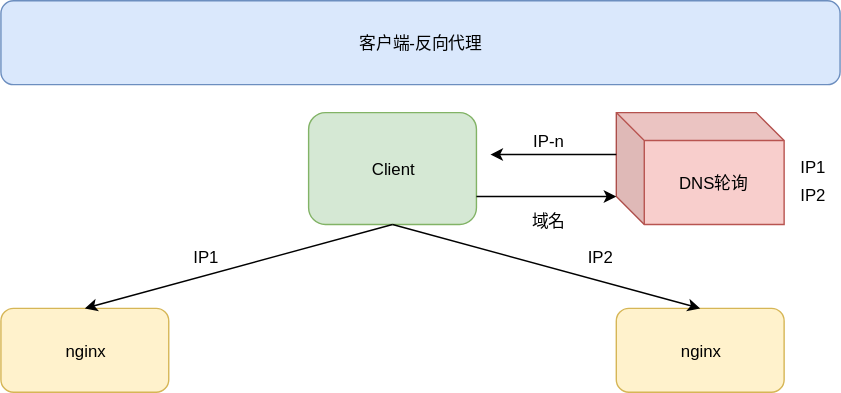
This is 19-基础设施/00-网关/00-Nginx/images/client-nginx.svg from cd-home/Root, a draw.io export, as it was before one commit. Source tidied: cells renumbered, new cells last; positions are measured from the earlier drawing's top-left corner, leaving out a move shared by most shapes. The source it was exported from:
```xml
<mxGraphModel>
  <root>
    <mxCell id="0" />
    <mxCell id="1" parent="0" />
    <mxCell id="2" value="客户端-反向代理" style="rounded=1;whiteSpace=wrap;html=1;fillColor=#dae8fc;strokeColor=#6c8ebf;" parent="1" vertex="1">
      <mxGeometry width="600" height="60" as="geometry" />
    </mxCell>
    <mxCell id="3" value="Client" style="rounded=1;whiteSpace=wrap;html=1;fillColor=#d5e8d4;strokeColor=#82b366;" parent="1" vertex="1">
      <mxGeometry x="220" y="80" width="120" height="80" as="geometry" />
    </mxCell>
    <mxCell id="4" value="nginx" style="rounded=1;whiteSpace=wrap;html=1;fillColor=#fff2cc;strokeColor=#d6b656;" parent="1" vertex="1">
      <mxGeometry y="220" width="120" height="60" as="geometry" />
    </mxCell>
    <mxCell id="5" value="nginx" style="rounded=1;whiteSpace=wrap;html=1;fillColor=#fff2cc;strokeColor=#d6b656;" parent="1" vertex="1">
      <mxGeometry x="440" y="220" width="120" height="60" as="geometry" />
    </mxCell>
    <mxCell id="6" value="DNS轮询" style="shape=cube;whiteSpace=wrap;html=1;boundedLbl=1;backgroundOutline=1;darkOpacity=0.05;darkOpacity2=0.1;fillColor=#f8cecc;strokeColor=#b85450;" parent="1" vertex="1">
      <mxGeometry x="440" y="80" width="120" height="80" as="geometry" />
    </mxCell>
    <mxCell id="7" style="endArrow=classic;html=1;exitX=0;exitY=0;exitDx=0;exitDy=30;exitPerimeter=0;" parent="1" edge="1" source="6">
      <mxGeometry relative="1" as="geometry">
        <mxPoint x="350" y="110" as="targetPoint" />
      </mxGeometry>
    </mxCell>
    <mxCell id="8" style="endArrow=classic;html=1;exitX=1;exitY=0.75;exitDx=0;exitDy=0;entryX=0;entryY=0;entryDx=0;entryDy=60;entryPerimeter=0;" parent="1" edge="1" source="3" target="6">
      <mxGeometry relative="1" as="geometry" />
    </mxCell>
    <mxCell id="9" value="域名" style="text;html=1;align=left;verticalAlign=top;spacingTop=-4;" parent="1" vertex="1">
      <mxGeometry x="378" y="148" width="40" height="20" as="geometry" />
    </mxCell>
    <mxCell id="10" value="IP-n" style="text;html=1;align=left;verticalAlign=top;spacingTop=-4;" parent="1" vertex="1">
      <mxGeometry x="379" y="91" width="40" height="20" as="geometry" />
    </mxCell>
    <mxCell id="11" style="endArrow=classic;html=1;exitX=0.5;exitY=1;exitDx=0;exitDy=0;entryX=0.5;entryY=0;entryDx=0;entryDy=0;" parent="1" edge="1" source="3" target="4">
      <mxGeometry relative="1" as="geometry" />
    </mxCell>
    <mxCell id="12" style="endArrow=classic;html=1;exitX=0.5;exitY=1;exitDx=0;exitDy=0;entryX=0.5;entryY=0;entryDx=0;entryDy=0;" parent="1" edge="1" source="3" target="5">
      <mxGeometry relative="1" as="geometry" />
    </mxCell>
    <mxCell id="13" value="IP1" style="text;html=1;align=left;verticalAlign=top;spacingTop=-4;" parent="1" vertex="1">
      <mxGeometry x="570" y="110" width="30" height="20" as="geometry" />
    </mxCell>
    <mxCell id="14" value="IP2" style="text;html=1;align=left;verticalAlign=top;spacingTop=-4;" parent="1" vertex="1">
      <mxGeometry x="570" y="130" width="30" height="20" as="geometry" />
    </mxCell>
    <mxCell id="15" value="IP1" style="text;html=1;align=left;verticalAlign=top;spacingTop=-4;" parent="1" vertex="1">
      <mxGeometry x="136" y="174" width="30" height="20" as="geometry" />
    </mxCell>
    <mxCell id="16" value="IP2" style="text;html=1;align=left;verticalAlign=top;spacingTop=-4;" parent="1" vertex="1">
      <mxGeometry x="418" y="174" width="30" height="20" as="geometry" />
    </mxCell>
  </root>
</mxGraphModel>
```
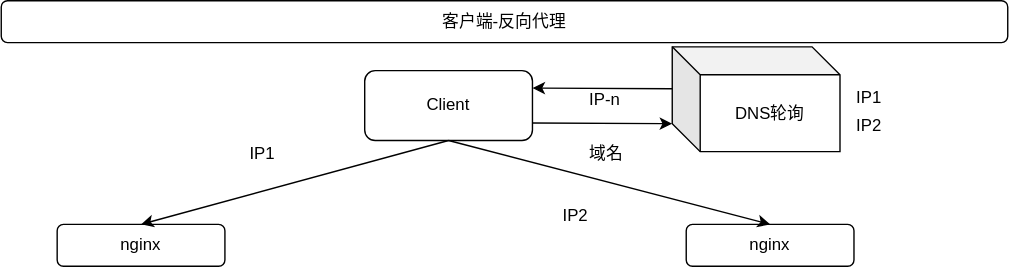
After the change.

What changed in the source:
```diff
@@ -2,31 +2,29 @@
   <root>
     <mxCell id="0" />
     <mxCell id="1" parent="0" />
-    <mxCell id="2" value="客户端-反向代理" style="rounded=1;whiteSpace=wrap;html=1;fillColor=#dae8fc;strokeColor=#6c8ebf;" parent="1" vertex="1">
-      <mxGeometry width="600" height="60" as="geometry" />
+    <mxCell id="2" value="客户端-反向代理" style="rounded=1;whiteSpace=wrap;html=1;" parent="1" vertex="1">
+      <mxGeometry x="-40" y="30" width="720" height="30" as="geometry" />
     </mxCell>
-    <mxCell id="3" value="Client" style="rounded=1;whiteSpace=wrap;html=1;fillColor=#d5e8d4;strokeColor=#82b366;" parent="1" vertex="1">
-      <mxGeometry x="220" y="80" width="120" height="80" as="geometry" />
+    <mxCell id="3" value="Client" style="rounded=1;whiteSpace=wrap;html=1;" parent="1" vertex="1">
+      <mxGeometry x="220" y="80" width="120" height="50" as="geometry" />
     </mxCell>
-    <mxCell id="4" value="nginx" style="rounded=1;whiteSpace=wrap;html=1;fillColor=#fff2cc;strokeColor=#d6b656;" parent="1" vertex="1">
-      <mxGeometry y="220" width="120" height="60" as="geometry" />
+    <mxCell id="4" value="nginx" style="rounded=1;whiteSpace=wrap;html=1;" parent="1" vertex="1">
+      <mxGeometry y="190" width="120" height="30" as="geometry" />
     </mxCell>
-    <mxCell id="5" value="nginx" style="rounded=1;whiteSpace=wrap;html=1;fillColor=#fff2cc;strokeColor=#d6b656;" parent="1" vertex="1">
-      <mxGeometry x="440" y="220" width="120" height="60" as="geometry" />
+    <mxCell id="5" value="nginx" style="rounded=1;whiteSpace=wrap;html=1;" parent="1" vertex="1">
+      <mxGeometry x="450" y="190" width="120" height="30" as="geometry" />
     </mxCell>
-    <mxCell id="6" value="DNS轮询" style="shape=cube;whiteSpace=wrap;html=1;boundedLbl=1;backgroundOutline=1;darkOpacity=0.05;darkOpacity2=0.1;fillColor=#f8cecc;strokeColor=#b85450;" parent="1" vertex="1">
-      <mxGeometry x="440" y="80" width="120" height="80" as="geometry" />
+    <mxCell id="6" value="DNS轮询" style="shape=cube;whiteSpace=wrap;html=1;boundedLbl=1;backgroundOutline=1;darkOpacity=0.05;darkOpacity2=0.1;" parent="1" vertex="1">
+      <mxGeometry x="440" y="63" width="120" height="75" as="geometry" />
     </mxCell>
-    <mxCell id="7" style="endArrow=classic;html=1;exitX=0;exitY=0;exitDx=0;exitDy=30;exitPerimeter=0;" parent="1" edge="1" source="6">
-      <mxGeometry relative="1" as="geometry">
-        <mxPoint x="350" y="110" as="targetPoint" />
-      </mxGeometry>
+    <mxCell id="7" style="endArrow=classic;html=1;exitX=0;exitY=0;exitDx=0;exitDy=30;exitPerimeter=0;entryX=1;entryY=0.25;entryDx=0;entryDy=0;" parent="1" edge="1" source="6" target="3">
+      <mxGeometry relative="1" as="geometry" />
     </mxCell>
-    <mxCell id="8" style="endArrow=classic;html=1;exitX=1;exitY=0.75;exitDx=0;exitDy=0;entryX=0;entryY=0;entryDx=0;entryDy=60;entryPerimeter=0;" parent="1" edge="1" source="3" target="6">
+    <mxCell id="8" style="endArrow=classic;html=1;exitX=1;exitY=0.75;exitDx=0;exitDy=0;entryX=0;entryY=0;entryDx=0;entryDy=55;entryPerimeter=0;" parent="1" edge="1" source="3" target="6">
       <mxGeometry relative="1" as="geometry" />
     </mxCell>
     <mxCell id="9" value="域名" style="text;html=1;align=left;verticalAlign=top;spacingTop=-4;" parent="1" vertex="1">
-      <mxGeometry x="378" y="148" width="40" height="20" as="geometry" />
+      <mxGeometry x="379" y="130" width="40" height="20" as="geometry" />
     </mxCell>
     <mxCell id="10" value="IP-n" style="text;html=1;align=left;verticalAlign=top;spacingTop=-4;" parent="1" vertex="1">
       <mxGeometry x="379" y="91" width="40" height="20" as="geometry" />
@@ -38,16 +36,16 @@
       <mxGeometry relative="1" as="geometry" />
     </mxCell>
     <mxCell id="13" value="IP1" style="text;html=1;align=left;verticalAlign=top;spacingTop=-4;" parent="1" vertex="1">
-      <mxGeometry x="570" y="110" width="30" height="20" as="geometry" />
+      <mxGeometry x="570" y="90" width="30" height="20" as="geometry" />
     </mxCell>
     <mxCell id="14" value="IP2" style="text;html=1;align=left;verticalAlign=top;spacingTop=-4;" parent="1" vertex="1">
-      <mxGeometry x="570" y="130" width="30" height="20" as="geometry" />
+      <mxGeometry x="570" y="110" width="30" height="20" as="geometry" />
     </mxCell>
     <mxCell id="15" value="IP1" style="text;html=1;align=left;verticalAlign=top;spacingTop=-4;" parent="1" vertex="1">
-      <mxGeometry x="136" y="174" width="30" height="20" as="geometry" />
+      <mxGeometry x="136" y="130" width="30" height="20" as="geometry" />
     </mxCell>
     <mxCell id="16" value="IP2" style="text;html=1;align=left;verticalAlign=top;spacingTop=-4;" parent="1" vertex="1">
-      <mxGeometry x="418" y="174" width="30" height="20" as="geometry" />
+      <mxGeometry x="360" y="174" width="30" height="20" as="geometry" />
     </mxCell>
   </root>
 </mxGraphModel>
```
